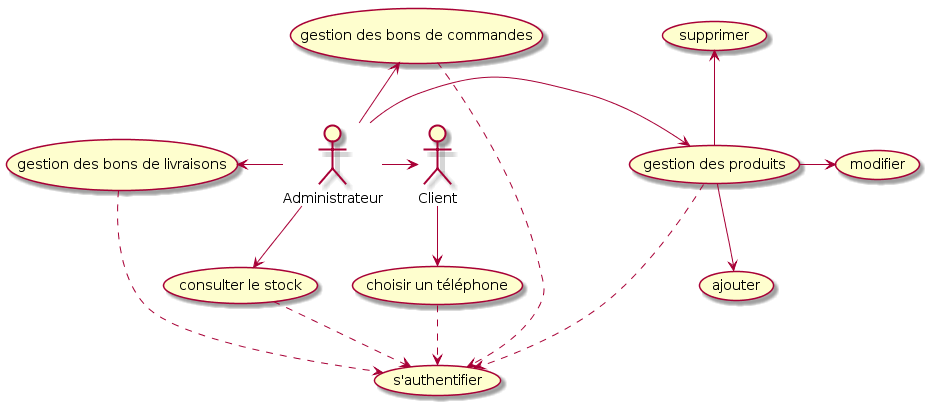
The PlantUML diagram Documentation/diagrams/diagramme de cas d'utilisation/global.png in jalil1994/Marsphonia-, before a commit. Source of this version:
```plantuml
@startuml
:Administrateur:-down->(consulter le stock)
:Administrateur:-right-> (gestion des produits)
:Administrateur:-up-> (gestion des bons de commandes)
:Administrateur:-left-> (gestion des bons de livraisons)
:Administrateur:->:Client:
:Client:-down->(choisir un téléphone)
(choisir un téléphone) ..> (s'authentifier)
(gestion des produits) -down-> (ajouter)
(gestion des produits) -up-> (supprimer)
(gestion des produits) -right-> (modifier)
(gestion des produits) ..> (s'authentifier)
(consulter le stock) ..> (s'authentifier)
(gestion des bons de commandes) ..> (s'authentifier)
(gestion des bons de livraisons) ..> (s'authentifier)
@enduml
```
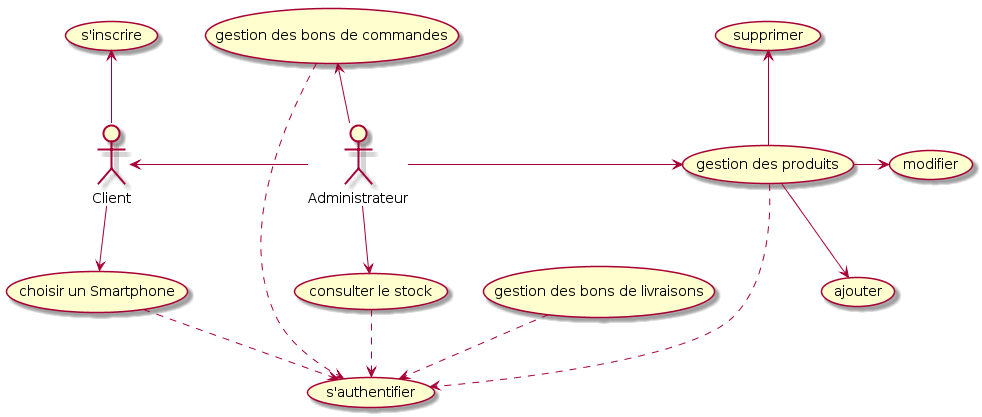
Above is the later version.

Diff of the diagram source:
```diff
@@ -2,10 +2,10 @@
 :Administrateur:-down->(consulter le stock)
 :Administrateur:-right-> (gestion des produits)
 :Administrateur:-up-> (gestion des bons de commandes)
-:Administrateur:-left-> (gestion des bons de livraisons)
-:Administrateur:->:Client:
-:Client:-down->(choisir un téléphone)
-(choisir un téléphone) ..> (s'authentifier)
+:Administrateur:-left-> :Client:
+:Client:-up-> (s'inscrire)
+:Client:-down-> (choisir un Smartphone)
+(choisir un Smartphone)..> (s'authentifier)
 (gestion des produits) -down-> (ajouter)
 (gestion des produits) -up-> (supprimer)
 (gestion des produits) -right-> (modifier)
```
